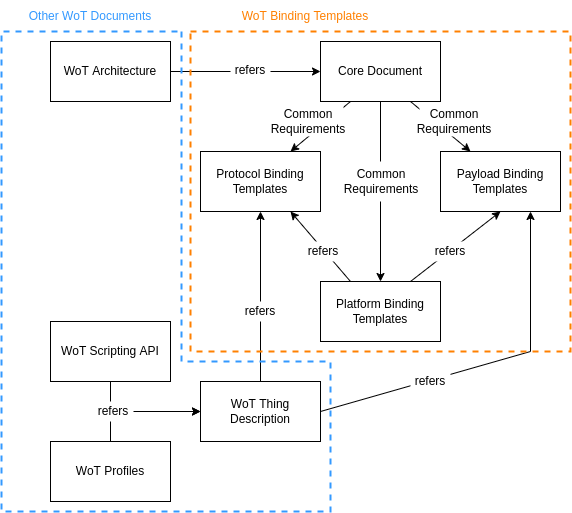
w3c/wot-binding-templates keeps this draw.io diagram as images/binding-templates-overview.png. Above is the earlier version. Source tidied: cells renumbered, new cells last; positions are measured from the earlier drawing's top-left corner, leaving out a move shared by most shapes.
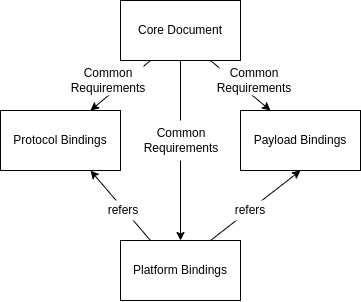
After the change.

Commit message:
rework the explainer

Diff of the diagram source:
```diff
@@ -5,13 +5,13 @@
     <mxCell id="2" value="Core Document" style="rounded=0;whiteSpace=wrap;html=1;" parent="1" vertex="1">
       <mxGeometry x="319" y="40" width="120" height="60" as="geometry" />
     </mxCell>
-    <mxCell id="3" value="Protocol Binding Templates" style="rounded=0;whiteSpace=wrap;html=1;" parent="1" vertex="1">
+    <mxCell id="3" value="Protocol Bindings" style="rounded=0;whiteSpace=wrap;html=1;" parent="1" vertex="1">
       <mxGeometry x="199" y="150" width="120" height="60" as="geometry" />
     </mxCell>
-    <mxCell id="4" value="Payload Binding Templates" style="rounded=0;whiteSpace=wrap;html=1;" parent="1" vertex="1">
+    <mxCell id="4" value="Payload Bindings" style="rounded=0;whiteSpace=wrap;html=1;" parent="1" vertex="1">
       <mxGeometry x="439" y="150" width="120" height="60" as="geometry" />
     </mxCell>
-    <mxCell id="5" value="Platform Binding Templates" style="rounded=0;whiteSpace=wrap;html=1;" parent="1" vertex="1">
+    <mxCell id="5" value="Platform Bindings" style="rounded=0;whiteSpace=wrap;html=1;" parent="1" vertex="1">
       <mxGeometry x="319" y="280" width="120" height="60" as="geometry" />
     </mxCell>
     <mxCell id="6" style="endArrow=classic;html=1;entryX=0.75;entryY=0;entryDx=0;entryDy=0;exitX=0.25;exitY=1;exitDx=0;exitDy=0;" parent="1" edge="1" source="2" target="3">
@@ -44,78 +44,5 @@
     <mxCell id="15" value="&lt;div align=&quot;center&quot;&gt;Common Requirements&lt;br&gt;&lt;/div&gt;" style="text;html=1;align=center;verticalAlign=middle;whiteSpace=wrap;rounded=0;fillColor=#ffffff;" parent="1" vertex="1">
       <mxGeometry x="418" y="105" width="70" height="30" as="geometry" />
     </mxCell>
-    <mxCell id="16" value="WoT Thing Description" style="rounded=0;whiteSpace=wrap;html=1;" parent="1" vertex="1">
-      <mxGeometry x="199" y="380" width="120" height="60" as="geometry" />
-    </mxCell>
-    <mxCell id="17" value="WoT Scripting API" style="rounded=0;whiteSpace=wrap;html=1;" parent="1" vertex="1">
-      <mxGeometry x="49" y="320" width="120" height="60" as="geometry" />
-    </mxCell>
-    <mxCell id="18" value="WoT Profiles" style="rounded=0;whiteSpace=wrap;html=1;" parent="1" vertex="1">
-      <mxGeometry x="49" y="440" width="120" height="60" as="geometry" />
-    </mxCell>
-    <mxCell id="19" style="endArrow=classic;html=1;rounded=0;exitX=1;exitY=0.5;exitDx=0;exitDy=0;entryX=0.75;entryY=1;entryDx=0;entryDy=0;" parent="1" edge="1" source="16" target="4">
-      <mxGeometry relative="1" as="geometry">
-        <Array as="points">
-          <mxPoint x="529" y="350" />
-        </Array>
-      </mxGeometry>
-    </mxCell>
-    <mxCell id="20" style="endArrow=classic;html=1;rounded=0;entryX=0.5;entryY=1;entryDx=0;entryDy=0;exitX=0.5;exitY=0;exitDx=0;exitDy=0;" parent="1" edge="1" source="16" target="3">
-      <mxGeometry relative="1" as="geometry" />
-    </mxCell>
-    <mxCell id="21" value="refers" style="text;html=1;align=center;verticalAlign=middle;whiteSpace=wrap;rounded=0;fillColor=#ffffff;" parent="1" vertex="1">
-      <mxGeometry x="409" y="370" width="40" height="20" as="geometry" />
-    </mxCell>
-    <mxCell id="22" value="refers" style="text;html=1;align=center;verticalAlign=middle;whiteSpace=wrap;rounded=0;fillColor=#ffffff;" parent="1" vertex="1">
-      <mxGeometry x="239" y="300" width="40" height="20" as="geometry" />
-    </mxCell>
-    <mxCell id="23" style="endArrow=classic;html=1;rounded=0;entryX=0;entryY=0.5;entryDx=0;entryDy=0;exitX=0.5;exitY=1;exitDx=0;exitDy=0;" parent="1" edge="1" source="17" target="16">
-      <mxGeometry relative="1" as="geometry">
-        <Array as="points">
-          <mxPoint x="109" y="410" />
-        </Array>
-      </mxGeometry>
-    </mxCell>
-    <mxCell id="24" style="endArrow=classic;html=1;rounded=0;entryX=0;entryY=0.5;entryDx=0;entryDy=0;exitX=0.5;exitY=0;exitDx=0;exitDy=0;" parent="1" edge="1" source="18" target="16">
-      <mxGeometry relative="1" as="geometry">
-        <Array as="points">
-          <mxPoint x="109" y="410" />
-        </Array>
-      </mxGeometry>
-    </mxCell>
-    <mxCell id="25" value="refers" style="text;html=1;align=center;verticalAlign=middle;whiteSpace=wrap;rounded=0;fillColor=#ffffff;" parent="1" vertex="1">
-      <mxGeometry x="92" y="400" width="40" height="20" as="geometry" />
-    </mxCell>
-    <mxCell id="26" value="WoT Architecture" style="rounded=0;whiteSpace=wrap;html=1;" parent="1" vertex="1">
-      <mxGeometry x="49" y="40" width="120" height="60" as="geometry" />
-    </mxCell>
-    <mxCell id="27" style="endArrow=classic;html=1;rounded=0;entryX=0;entryY=0.5;entryDx=0;entryDy=0;exitX=1;exitY=0.5;exitDx=0;exitDy=0;" parent="1" edge="1" source="26" target="2">
-      <mxGeometry relative="1" as="geometry" />
-    </mxCell>
-    <mxCell id="28" value="refers" style="text;html=1;align=center;verticalAlign=middle;whiteSpace=wrap;rounded=0;fillColor=#ffffff;" parent="1" vertex="1">
-      <mxGeometry x="229" y="59" width="40" height="20" as="geometry" />
-    </mxCell>
-    <mxCell id="29" style="rounded=0;whiteSpace=wrap;html=1;fillColor=none;dashed=1;strokeColor=#FF8000;strokeWidth=2;" parent="1" vertex="1">
-      <mxGeometry x="189" y="30" width="380" height="320" as="geometry" />
-    </mxCell>
-    <mxCell id="30" value="&lt;font color=&quot;#ff8000&quot;&gt;WoT Binding Templates&lt;/font&gt;" style="text;html=1;strokeColor=none;fillColor=none;align=center;verticalAlign=middle;whiteSpace=wrap;rounded=0;dashed=1;strokeWidth=2;" parent="1" vertex="1">
-      <mxGeometry x="229" width="150" height="30" as="geometry" />
-    </mxCell>
-    <mxCell id="31" style="endArrow=none;dashed=1;html=1;strokeWidth=2;rounded=0;fontColor=#FF8000;strokeColor=#3399FF;jumpSize=15;" parent="1" edge="1">
-      <mxGeometry relative="1" as="geometry">
-        <mxPoint x="180" y="30" as="sourcePoint" />
-        <mxPoint x="180" y="30" as="targetPoint" />
-        <Array as="points">
-          <mxPoint x="180" y="360" />
-          <mxPoint x="329" y="360" />
-          <mxPoint x="329" y="510" />
-          <mxPoint y="510" />
-          <mxPoint y="30" />
-        </Array>
-      </mxGeometry>
-    </mxCell>
-    <mxCell id="32" value="&lt;font color=&quot;#3399ff&quot;&gt;Other WoT Documents&lt;/font&gt;" style="text;html=1;strokeColor=none;fillColor=none;align=center;verticalAlign=middle;whiteSpace=wrap;rounded=0;dashed=1;strokeWidth=2;fontColor=#FF8000;" parent="1" vertex="1">
-      <mxGeometry x="19" width="140" height="30" as="geometry" />
-    </mxCell>
   </root>
 </mxGraphModel>
```
